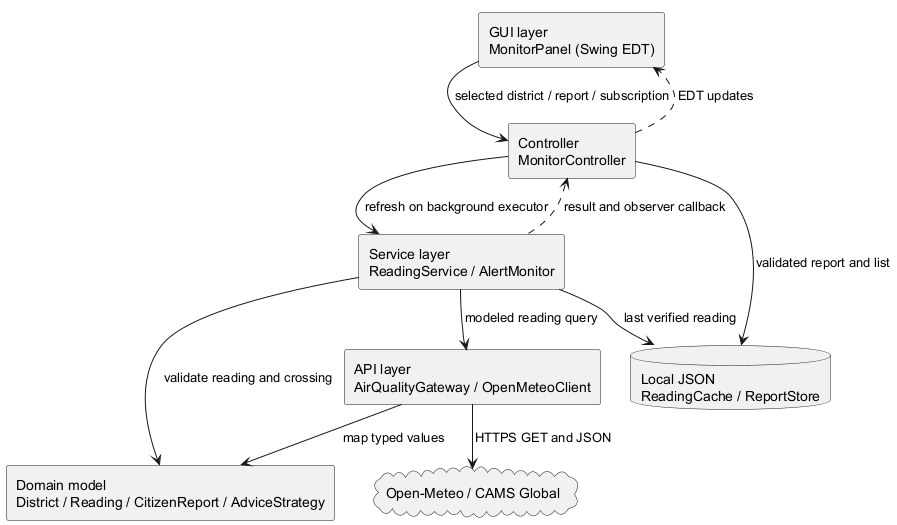
Earlier version of the PlantUML export diagrams/architecture.png (ThatsNolz/csc61204-kl-air-and-parks). The source it was exported from:
```plantuml
@startuml
!pragma layout smetana
skinparam shadowing false
skinparam monochrome true
top to bottom direction
rectangle "GUI layer\nMonitorPanel (Swing EDT)" as UI
rectangle "Controller\nMonitorController" as CTL
rectangle "Service layer\nReadingService / AlertMonitor" as SVC
rectangle "Domain model\nDistrict / Reading / CitizenReport / AdviceStrategy" as DOMAIN
rectangle "API layer\nAirQualityGateway / OpenMeteoClient" as API
database "Local JSON\nReadingCache / ReportStore" as STORE
cloud "Open-Meteo / CAMS Global" as WEB
UI --> CTL : selected district / report / subscription
CTL --> SVC : refresh on background executor
CTL --> STORE : validated report and list
SVC --> API : modeled reading query
SVC --> STORE : last verified reading
API --> WEB : HTTPS GET and JSON
API --> DOMAIN : map typed values
SVC --> DOMAIN : validate reading and crossing
SVC ..> CTL : result and observer callback
CTL ..> UI : EDT updates
@enduml
```
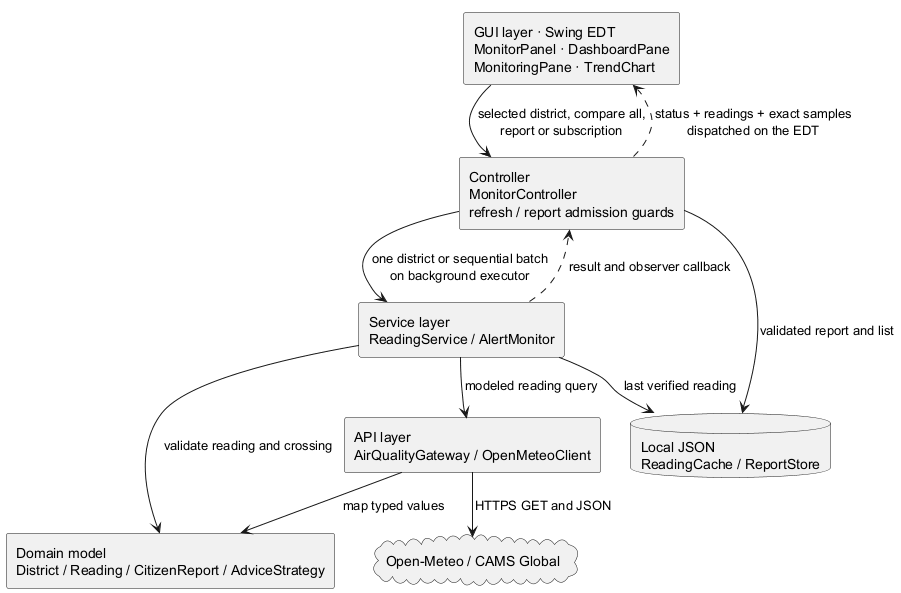
After the commit.

Change to the diagram source:
```diff
@@ -3,15 +3,15 @@
 skinparam shadowing false
 skinparam monochrome true
 top to bottom direction
-rectangle "GUI layer\nMonitorPanel (Swing EDT)" as UI
-rectangle "Controller\nMonitorController" as CTL
+rectangle "GUI layer · Swing EDT\nMonitorPanel · DashboardPane\nMonitoringPane · TrendChart" as UI
+rectangle "Controller\nMonitorController\nrefresh / report admission guards" as CTL
 rectangle "Service layer\nReadingService / AlertMonitor" as SVC
 rectangle "Domain model\nDistrict / Reading / CitizenReport / AdviceStrategy" as DOMAIN
 rectangle "API layer\nAirQualityGateway / OpenMeteoClient" as API
 database "Local JSON\nReadingCache / ReportStore" as STORE
 cloud "Open-Meteo / CAMS Global" as WEB
-UI --> CTL : selected district / report / subscription
-CTL --> SVC : refresh on background executor
+UI --> CTL : selected district, compare all,\nreport or subscription
+CTL --> SVC : one district or sequential batch\non background executor
 CTL --> STORE : validated report and list
 SVC --> API : modeled reading query
 SVC --> STORE : last verified reading
@@ -19,5 +19,5 @@
 API --> DOMAIN : map typed values
 SVC --> DOMAIN : validate reading and crossing
 SVC ..> CTL : result and observer callback
-CTL ..> UI : EDT updates
+CTL ..> UI : status + readings + exact samples\ndispatched on the EDT
 @enduml
```
